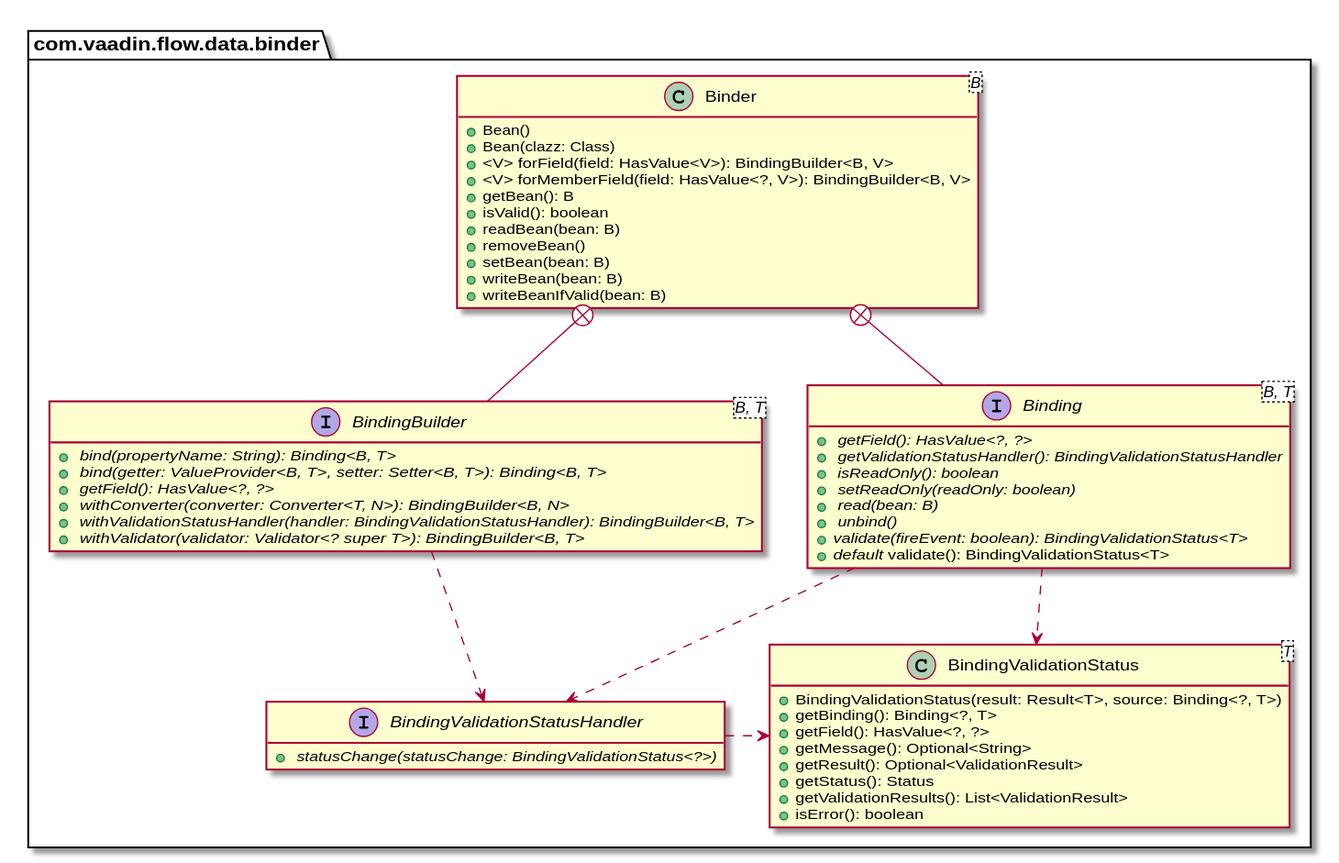
Earlier version of the PlantUML export cours/images/binder.svg (formations/vaadin-foundations).
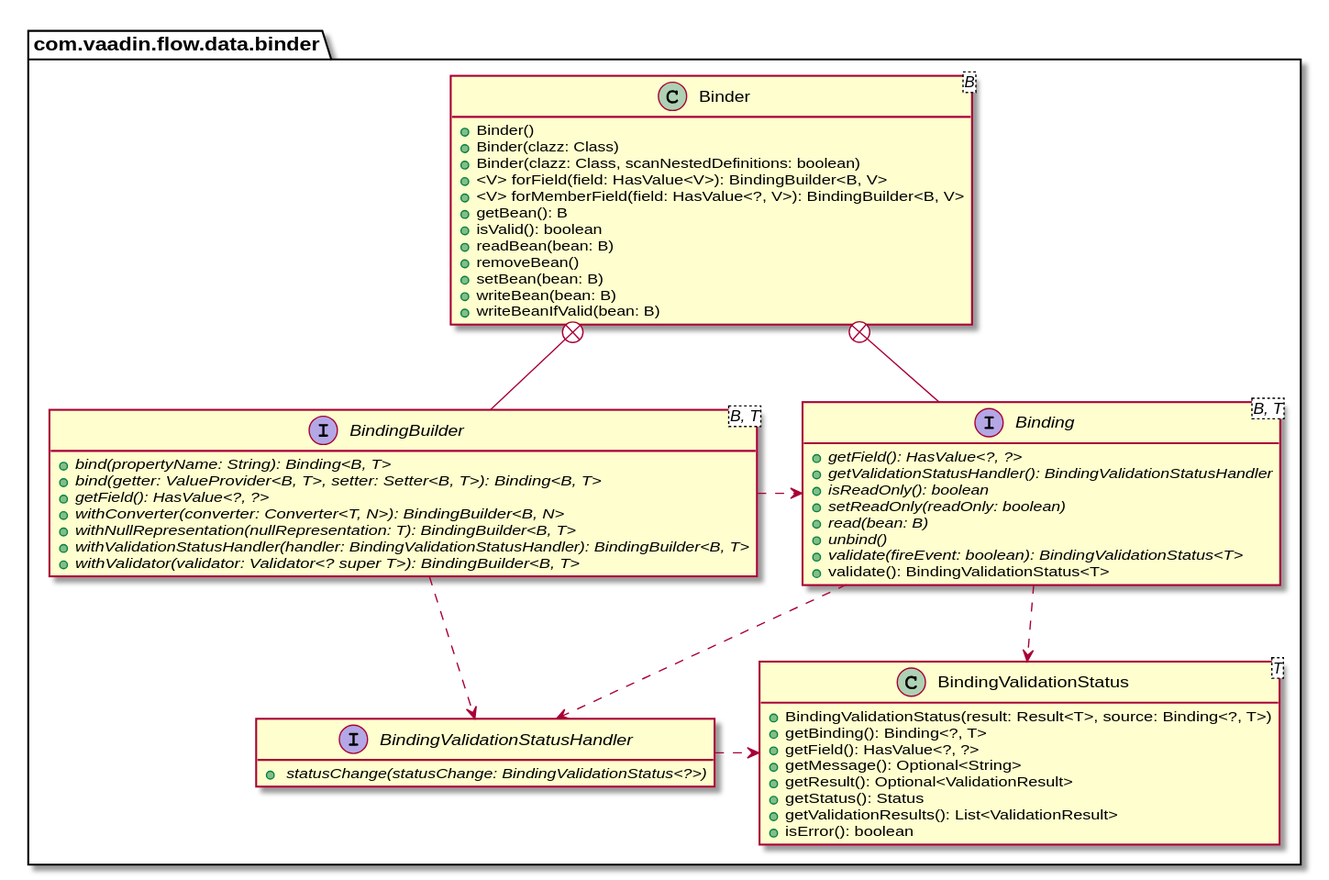
The same diagram one commit later.

What changed in the source:
```diff
@@ -1,5 +1,5 @@
 @startuml
-package "com.vaadin.flow.data.binder" {
+package com.vaadin.flow.data.binder {
  interface BindingValidationStatusHandler {
   + {abstract} statusChange(statusChange: BindingValidationStatus<?>)
  }
@@ -14,8 +14,9 @@
   + isError(): boolean
  }
  class Binder<B> {
-  + Bean()
-  + Bean(clazz: Class)
+  + Binder()
+  + Binder(clazz: Class)
+  + Binder(clazz: Class, scanNestedDefinitions: boolean)
   + <V> forField(field: HasValue<V>): BindingBuilder<B, V>
   + <V> forMemberField(field: HasValue<?, V>): BindingBuilder<B, V>
   + getBean(): B
@@ -27,22 +28,23 @@
   + writeBeanIfValid(bean: B)
  }
  interface Binding<B, T> {
-  + {abstract} getField(): HasValue<?, ?>
-  + {abstract} getValidationStatusHandler(): BindingValidationStatusHandler
-  + {abstract} isReadOnly(): boolean
-  + {abstract} setReadOnly(readOnly: boolean)
-  + {abstract} read(bean: B)
-  + {abstract} unbind()
-  + {abstract} validate(fireEvent: boolean): BindingValidationStatus<T>
-  + <i>default</i> validate(): BindingValidationStatus<T>
+  +{abstract}getField(): HasValue<?, ?>
+  +{abstract}getValidationStatusHandler(): BindingValidationStatusHandler
+  +{abstract}isReadOnly(): boolean
+  +{abstract}setReadOnly(readOnly: boolean)
+  +{abstract}read(bean: B)
+  +{abstract}unbind()
+  +{abstract}validate(fireEvent: boolean): BindingValidationStatus<T>
+  + validate(): BindingValidationStatus<T>
  }
  interface BindingBuilder<B, T> {
-  + {abstract} bind(propertyName: String): Binding<B, T>
-  + {abstract} bind(getter: ValueProvider<B, T>, setter: Setter<B, T>): Binding<B, T>
-  + {abstract} getField(): HasValue<?, ?>
-  + {abstract} withConverter(converter: Converter<T, N>): BindingBuilder<B, N>
-  + {abstract} withValidationStatusHandler(handler: BindingValidationStatusHandler): BindingBuilder<B, T>
-  + {abstract} withValidator(validator: Validator<? super T>): BindingBuilder<B, T>
+  +{abstract}bind(propertyName: String): Binding<B, T>
+  +{abstract}bind(getter: ValueProvider<B, T>, setter: Setter<B, T>): Binding<B, T>
+  +{abstract}getField(): HasValue<?, ?>
+  +{abstract}withConverter(converter: Converter<T, N>): BindingBuilder<B, N>
+  +{abstract}withNullRepresentation(nullRepresentation: T): BindingBuilder<B, T>
+  +{abstract}withValidationStatusHandler(handler: BindingValidationStatusHandler): BindingBuilder<B, T>
+  +{abstract}withValidator(validator: Validator<? super T>): BindingBuilder<B, T>
  }
 }
 
@@ -52,5 +54,6 @@
 BindingValidationStatusHandler .right.> BindingValidationStatus
 BindingBuilder .down.> BindingValidationStatusHandler
 Binding .down.> BindingValidationStatus
+BindingBuilder .right.> Binding
 hide empty members
 @enduml
```
